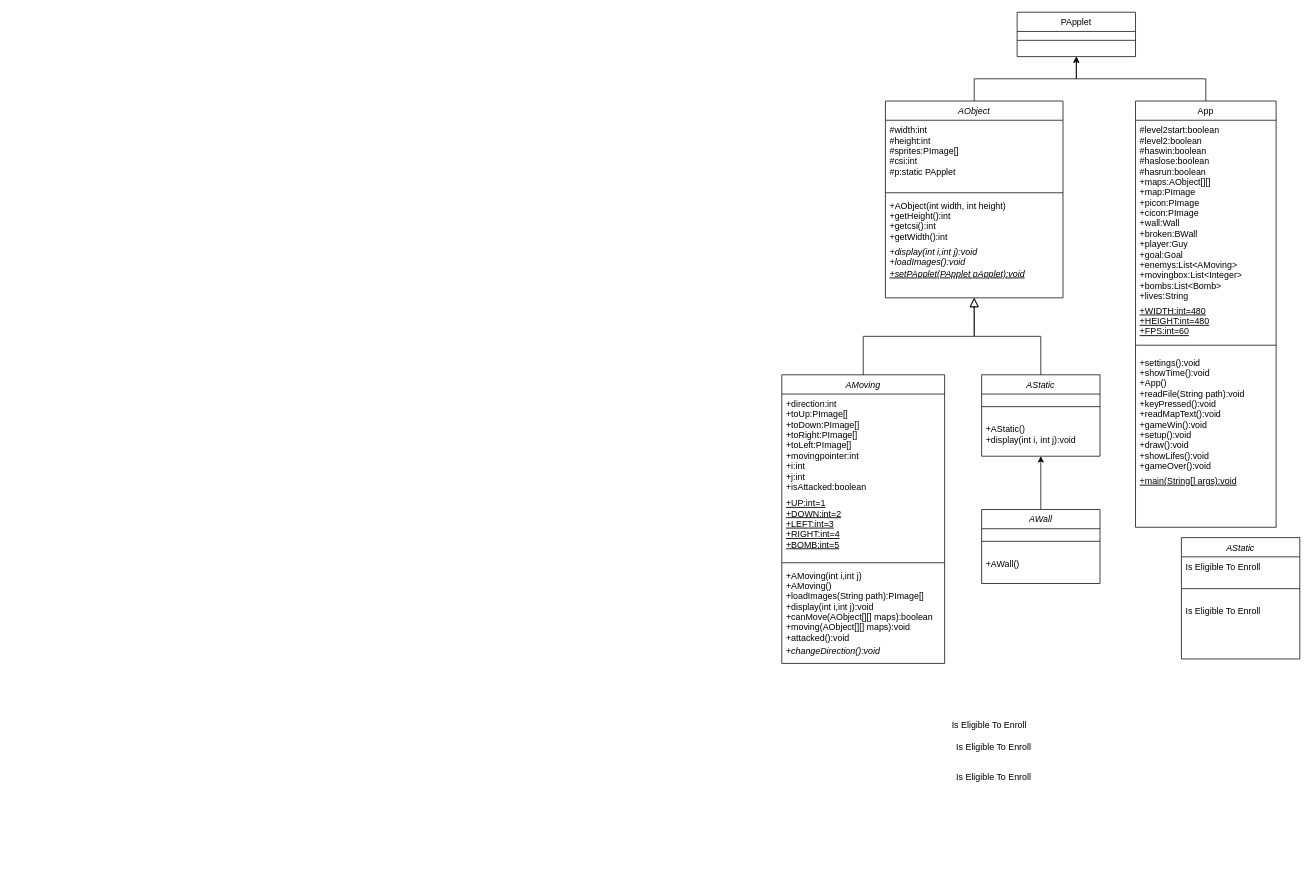
Before: Untitled Diagram.drawio in Neptuneqaq/neptune, a draw.io diagram. Source tidied: cells renumbered, new cells numbered last; positions are measured from the earlier drawing's top-left corner, leaving out a move shared by most shapes. Both pictures are drawn from the tidied source at 74%, with x=0, y=0 at pixel (781, 12).
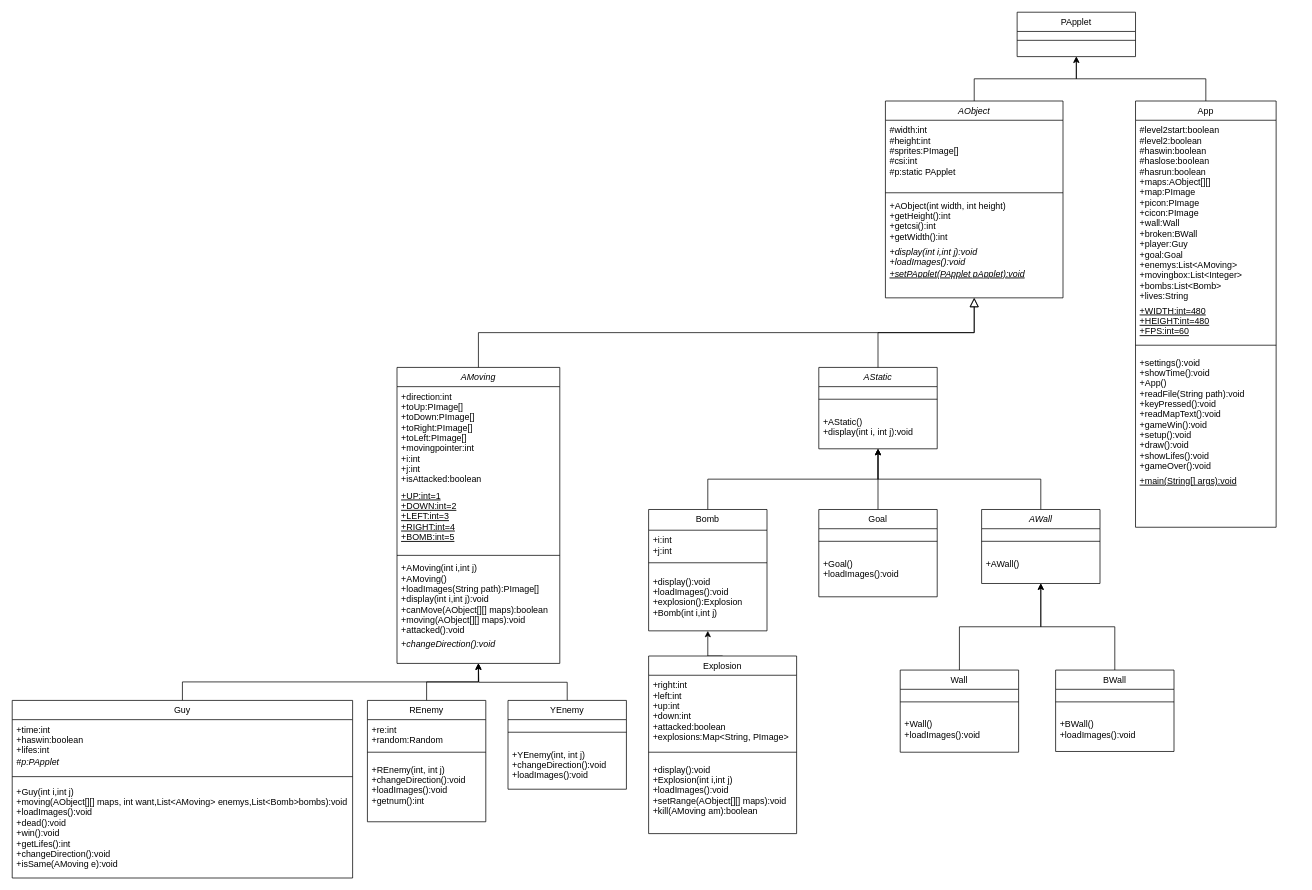
The same page after the edit.

Unchanged cells that the change refers to:
```xml
<mxCell id="30" value="AWall" style="swimlane;fontStyle=2;align=center;verticalAlign=top;horizontal=1;startSize=26;rounded=0;shadow=0;strokeWidth=1;" parent="1" vertex="1">
  <mxGeometry x="270" y="672" width="160" height="100" as="geometry" />
</mxCell>
```

Diff of the diagram source:
```diff
@@
     <mxCell id="8" value="AMoving" style="swimlane;fontStyle=2;align=center;verticalAlign=top;horizontal=1;startSize=26;rounded=0;shadow=0;strokeWidth=1;" parent="1" vertex="1">
-      <mxGeometry y="490" width="220" height="390" as="geometry" />
+      <mxGeometry x="-520" y="480" width="220" height="400" as="geometry" />
     </mxCell>
@@
     <mxCell id="15" value="AStatic" style="swimlane;fontStyle=2;align=center;verticalAlign=top;horizontal=1;startSize=26;rounded=0;shadow=0;strokeWidth=1;" parent="1" vertex="1">
-      <mxGeometry x="270" y="490" width="160" height="110" as="geometry" />
+      <mxGeometry x="50" y="480" width="160" height="110" as="geometry" />
     </mxCell>
@@
-    <mxCell id="33" value="AStatic" style="swimlane;fontStyle=2;align=center;verticalAlign=top;horizontal=1;startSize=26;rounded=0;shadow=0;strokeWidth=1;" parent="1" vertex="1">
-      <mxGeometry x="540" y="710" width="160" height="164" as="geometry" />
-    </mxCell>
-    <mxCell id="34" value="Is Eligible To Enroll" style="text;align=left;verticalAlign=top;spacingLeft=4;spacingRight=4;overflow=hidden;fontStyle=0;" parent="33" vertex="1">
-      <mxGeometry y="26" width="160" height="26" as="geometry" />
-    </mxCell>
-    <mxCell id="35" style="line;html=1;strokeWidth=1;align=left;verticalAlign=middle;spacingTop=-1;spacingLeft=3;spacingRight=3;labelPosition=right;" parent="33" vertex="1">
-      <mxGeometry y="52" width="160" height="34" as="geometry" />
-    </mxCell>
-    <mxCell id="36" value="Is Eligible To Enroll" style="text;align=left;verticalAlign=top;spacingLeft=4;spacingRight=4;overflow=hidden;fontStyle=0;" parent="33" vertex="1">
-      <mxGeometry y="86" width="160" height="26" as="geometry" />
-    </mxCell>
-    <mxCell id="37" value="Is Eligible To Enroll" style="text;align=left;verticalAlign=top;spacingLeft=4;spacingRight=4;overflow=hidden;fontStyle=0;" parent="1" vertex="1">
-      <mxGeometry x="230" y="980" width="160" height="26" as="geometry" />
-    </mxCell>
+    <mxCell id="40" style="edgeStyle=orthogonalEdgeStyle;rounded=0;jettySize=auto;html=1;exitX=0.5;exitY=0;exitDx=0;exitDy=0;entryX=0.5;entryY=1;entryDx=0;entryDy=0;fontColor=default;" parent="1" edge="1" source="41" target="15">
+      <mxGeometry relative="1" as="geometry" />
+    </mxCell>
+    <mxCell id="41" value="Bomb" style="swimlane;fontStyle=0;align=center;verticalAlign=top;horizontal=1;startSize=28;rounded=0;shadow=0;strokeWidth=1;fontColor=default;" parent="1" vertex="1">
+      <mxGeometry x="-180" y="672" width="160" height="164" as="geometry" />
+    </mxCell>
+    <mxCell id="42" value="+i:int&#10;+j:int" style="text;align=left;verticalAlign=top;spacingLeft=4;spacingRight=4;overflow=hidden;fontStyle=0;" parent="41" vertex="1">
+      <mxGeometry y="28" width="160" height="32" as="geometry" />
+    </mxCell>
+    <mxCell id="43" style="line;html=1;strokeWidth=1;align=left;verticalAlign=middle;spacingTop=-1;spacingLeft=3;spacingRight=3;labelPosition=right;" parent="41" vertex="1">
+      <mxGeometry y="60" width="160" height="24" as="geometry" />
+    </mxCell>
+    <mxCell id="44" value="+display():void&#10;+loadImages():void&#10;+explosion():Explosion&#10;+Bomb(int i,int j)" style="text;align=left;verticalAlign=top;spacingLeft=4;spacingRight=4;overflow=hidden;fontStyle=0;" parent="41" vertex="1">
+      <mxGeometry y="84" width="160" height="70" as="geometry" />
+    </mxCell>
+    <mxCell id="45" style="edgeStyle=orthogonalEdgeStyle;rounded=0;jettySize=auto;html=1;exitX=0.5;exitY=0;exitDx=0;exitDy=0;entryX=0.5;entryY=1;entryDx=0;entryDy=0;fontColor=default;" parent="1" edge="1" source="46" target="30">
+      <mxGeometry relative="1" as="geometry" />
+    </mxCell>
+    <mxCell id="46" value="BWall" style="swimlane;fontStyle=0;align=center;verticalAlign=top;horizontal=1;startSize=26;rounded=0;shadow=0;strokeWidth=1;fontColor=default;" parent="1" vertex="1">
+      <mxGeometry x="370" y="889" width="160" height="110" as="geometry" />
+    </mxCell>
+    <mxCell id="47" style="line;html=1;strokeWidth=1;align=left;verticalAlign=middle;spacingTop=-1;spacingLeft=3;spacingRight=3;labelPosition=right;" parent="46" vertex="1">
+      <mxGeometry y="26" width="160" height="34" as="geometry" />
+    </mxCell>
+    <mxCell id="48" value="+BWall()&#10;+loadImages():void" style="text;align=left;verticalAlign=top;spacingLeft=4;spacingRight=4;overflow=hidden;fontStyle=0;" parent="46" vertex="1">
+      <mxGeometry y="60" width="160" height="50" as="geometry" />
+    </mxCell>
+    <mxCell id="49" style="edgeStyle=orthogonalEdgeStyle;rounded=0;jettySize=auto;html=1;exitX=0.5;exitY=0;exitDx=0;exitDy=0;entryX=0.5;entryY=1;entryDx=0;entryDy=0;fontColor=default;" parent="1" edge="1" source="50" target="41">
+      <mxGeometry relative="1" as="geometry" />
+    </mxCell>
+    <mxCell id="50" value="Explosion" style="swimlane;fontStyle=0;align=center;verticalAlign=top;horizontal=1;startSize=26;rounded=0;shadow=0;strokeWidth=1;fontColor=default;" parent="1" vertex="1">
+      <mxGeometry x="-180" y="870" width="200" height="240" as="geometry" />
+    </mxCell>
+    <mxCell id="51" value="+right:int&#10;+left:int&#10;+up:int&#10;+down:int&#10;+attacked:boolean&#10;+explosions:Map&lt;String, PImage&gt;" style="text;align=left;verticalAlign=top;spacingLeft=4;spacingRight=4;overflow=hidden;fontStyle=0;" parent="50" vertex="1">
+      <mxGeometry y="26" width="200" height="94" as="geometry" />
+    </mxCell>
+    <mxCell id="52" style="line;html=1;strokeWidth=1;align=left;verticalAlign=middle;spacingTop=-1;spacingLeft=3;spacingRight=3;labelPosition=right;" parent="50" vertex="1">
+      <mxGeometry y="120" width="200" height="20" as="geometry" />
+    </mxCell>
+    <mxCell id="53" value="+display():void&#10;+Explosion(int i,int j)&#10;+loadImages():void&#10;+setRange(AObject[][] maps):void&#10;+kill(AMoving am):boolean&#10;&#10;" style="text;align=left;verticalAlign=top;spacingLeft=4;spacingRight=4;overflow=hidden;fontStyle=0;" parent="50" vertex="1">
+      <mxGeometry y="140" width="200" height="86" as="geometry" />
+    </mxCell>
+    <mxCell id="54" style="edgeStyle=orthogonalEdgeStyle;rounded=0;jettySize=auto;html=1;exitX=0.5;exitY=0;exitDx=0;exitDy=0;entryX=0.5;entryY=1;entryDx=0;entryDy=0;fontColor=default;" parent="1" edge="1" source="55" target="15">
+      <mxGeometry relative="1" as="geometry" />
+    </mxCell>
+    <mxCell id="55" value="Goal" style="swimlane;fontStyle=0;align=center;verticalAlign=top;horizontal=1;startSize=26;rounded=0;shadow=0;strokeWidth=1;fontColor=default;" parent="1" vertex="1">
+      <mxGeometry x="50" y="672" width="160" height="118" as="geometry" />
+    </mxCell>
+    <mxCell id="56" style="line;html=1;strokeWidth=1;align=left;verticalAlign=middle;spacingTop=-1;spacingLeft=3;spacingRight=3;labelPosition=right;" parent="55" vertex="1">
+      <mxGeometry y="26" width="160" height="34" as="geometry" />
+    </mxCell>
+    <mxCell id="57" value="+Goal()&#10;+loadImages():void" style="text;align=left;verticalAlign=top;spacingLeft=4;spacingRight=4;overflow=hidden;fontStyle=0;" parent="55" vertex="1">
+      <mxGeometry y="60" width="160" height="40" as="geometry" />
+    </mxCell>
+    <mxCell id="58" style="edgeStyle=orthogonalEdgeStyle;rounded=0;jettySize=auto;html=1;exitX=0.5;exitY=0;exitDx=0;exitDy=0;fontColor=default;entryX=0.5;entryY=1;entryDx=0;entryDy=0;" parent="1" edge="1" source="59" target="8">
+      <mxGeometry relative="1" as="geometry" />
+    </mxCell>
+    <mxCell id="59" value="Guy" style="swimlane;fontStyle=0;align=center;verticalAlign=top;horizontal=1;startSize=26;rounded=0;shadow=0;strokeWidth=1;fontColor=default;" parent="1" vertex="1">
+      <mxGeometry x="-1040" y="930" width="460" height="240" as="geometry" />
+    </mxCell>
+    <mxCell id="60" value="+time:int&#10;+haswin:boolean&#10;+lifes:int" style="text;align=left;verticalAlign=top;spacingLeft=4;spacingRight=4;overflow=hidden;fontStyle=0;" parent="59" vertex="1">
+      <mxGeometry y="26" width="460" height="44" as="geometry" />
+    </mxCell>
-    <mxCell id="38" value="Is Eligible To Enroll" style="text;align=left;verticalAlign=top;spacingLeft=4;spacingRight=4;overflow=hidden;fontStyle=0;" parent="1" vertex="1">
-      <mxGeometry x="230" y="1020" width="160" height="26" as="geometry" />
+    <mxCell id="38" value="#p:PApplet" style="text;align=left;verticalAlign=top;spacingLeft=4;spacingRight=4;overflow=hidden;fontStyle=2;fontColor=default;" parent="59" vertex="1">
+      <mxGeometry y="70" width="460" height="26" as="geometry" />
     </mxCell>
-    <mxCell id="39" value="Is Eligible To Enroll" style="text;align=left;verticalAlign=top;spacingLeft=4;spacingRight=4;overflow=hidden;fontStyle=0;" parent="1" vertex="1">
-      <mxGeometry x="224" y="950" width="160" height="26" as="geometry" />
-    </mxCell>
+    <mxCell id="61" style="line;html=1;strokeWidth=1;align=left;verticalAlign=middle;spacingTop=-1;spacingLeft=3;spacingRight=3;labelPosition=right;" parent="59" vertex="1">
+      <mxGeometry y="96" width="460" height="14" as="geometry" />
+    </mxCell>
+    <mxCell id="62" value="+Guy(int i,int j)&#10;+moving(AObject[][] maps, int want,List&lt;AMoving&gt; enemys,List&lt;Bomb&gt;bombs):void&#10;+loadImages():void&#10;+dead():void&#10;+win():void&#10;+getLifes():int&#10;+changeDirection():void&#10;+isSame(AMoving e):void&#10;" style="text;align=left;verticalAlign=top;spacingLeft=4;spacingRight=4;overflow=hidden;fontStyle=0;" parent="59" vertex="1">
+      <mxGeometry y="110" width="460" height="130" as="geometry" />
+    </mxCell>
+    <mxCell id="63" style="edgeStyle=orthogonalEdgeStyle;rounded=0;jettySize=auto;html=1;exitX=0.5;exitY=0;exitDx=0;exitDy=0;entryX=0.5;entryY=1;entryDx=0;entryDy=0;fontColor=default;" parent="1" edge="1" source="64" target="8">
+      <mxGeometry relative="1" as="geometry" />
+    </mxCell>
+    <mxCell id="64" value="REnemy" style="swimlane;fontStyle=0;align=center;verticalAlign=top;horizontal=1;startSize=26;rounded=0;shadow=0;strokeWidth=1;fontColor=default;" parent="1" vertex="1">
+      <mxGeometry x="-560" y="930" width="160" height="164" as="geometry" />
+    </mxCell>
+    <mxCell id="65" value="+re:int&#10;+random:Random" style="text;align=left;verticalAlign=top;spacingLeft=4;spacingRight=4;overflow=hidden;fontStyle=0;" parent="64" vertex="1">
+      <mxGeometry y="26" width="160" height="34" as="geometry" />
+    </mxCell>
+    <mxCell id="66" style="line;html=1;strokeWidth=1;align=left;verticalAlign=middle;spacingTop=-1;spacingLeft=3;spacingRight=3;labelPosition=right;" parent="64" vertex="1">
+      <mxGeometry y="60" width="160" height="20" as="geometry" />
+    </mxCell>
+    <mxCell id="67" value="+REnemy(int, int j)&#10;+changeDirection():void&#10;+loadImages():void&#10;+getnum():int&#10;" style="text;align=left;verticalAlign=top;spacingLeft=4;spacingRight=4;overflow=hidden;fontStyle=0;" parent="64" vertex="1">
+      <mxGeometry y="80" width="160" height="70" as="geometry" />
+    </mxCell>
+    <mxCell id="68" style="edgeStyle=orthogonalEdgeStyle;rounded=0;jettySize=auto;html=1;exitX=0.5;exitY=0;exitDx=0;exitDy=0;entryX=0.5;entryY=1;entryDx=0;entryDy=0;fontColor=default;" parent="1" edge="1" source="69" target="30">
+      <mxGeometry relative="1" as="geometry" />
+    </mxCell>
+    <mxCell id="69" value="Wall" style="swimlane;fontStyle=0;align=center;verticalAlign=top;horizontal=1;startSize=26;rounded=0;shadow=0;strokeWidth=1;fontColor=default;" parent="1" vertex="1">
+      <mxGeometry x="160" y="889" width="160" height="111" as="geometry" />
+    </mxCell>
+    <mxCell id="70" style="line;html=1;strokeWidth=1;align=left;verticalAlign=middle;spacingTop=-1;spacingLeft=3;spacingRight=3;labelPosition=right;" parent="69" vertex="1">
+      <mxGeometry y="26" width="160" height="34" as="geometry" />
+    </mxCell>
+    <mxCell id="71" value="+Wall()&#10;+loadImages():void" style="text;align=left;verticalAlign=top;spacingLeft=4;spacingRight=4;overflow=hidden;fontStyle=0;" parent="69" vertex="1">
+      <mxGeometry y="60" width="160" height="40" as="geometry" />
+    </mxCell>
+    <mxCell id="72" style="edgeStyle=orthogonalEdgeStyle;rounded=0;jettySize=auto;html=1;exitX=0.5;exitY=0;exitDx=0;exitDy=0;fontColor=default;" parent="1" edge="1" source="73">
+      <mxGeometry relative="1" as="geometry">
+        <mxPoint x="-410" y="880" as="targetPoint" />
+      </mxGeometry>
+    </mxCell>
+    <mxCell id="73" value="YEnemy" style="swimlane;fontStyle=0;align=center;verticalAlign=top;horizontal=1;startSize=26;rounded=0;shadow=0;strokeWidth=1;fontColor=default;" parent="1" vertex="1">
+      <mxGeometry x="-370" y="930" width="160" height="120" as="geometry" />
+    </mxCell>
+    <mxCell id="74" style="line;html=1;strokeWidth=1;align=left;verticalAlign=middle;spacingTop=-1;spacingLeft=3;spacingRight=3;labelPosition=right;" parent="73" vertex="1">
+      <mxGeometry y="26" width="160" height="34" as="geometry" />
+    </mxCell>
+    <mxCell id="75" value="+YEnemy(int, int j)&#10;+changeDirection():void&#10;+loadImages():void&#10;" style="text;align=left;verticalAlign=top;spacingLeft=4;spacingRight=4;overflow=hidden;fontStyle=0;" parent="73" vertex="1">
+      <mxGeometry y="60" width="160" height="50" as="geometry" />
+    </mxCell>
```
